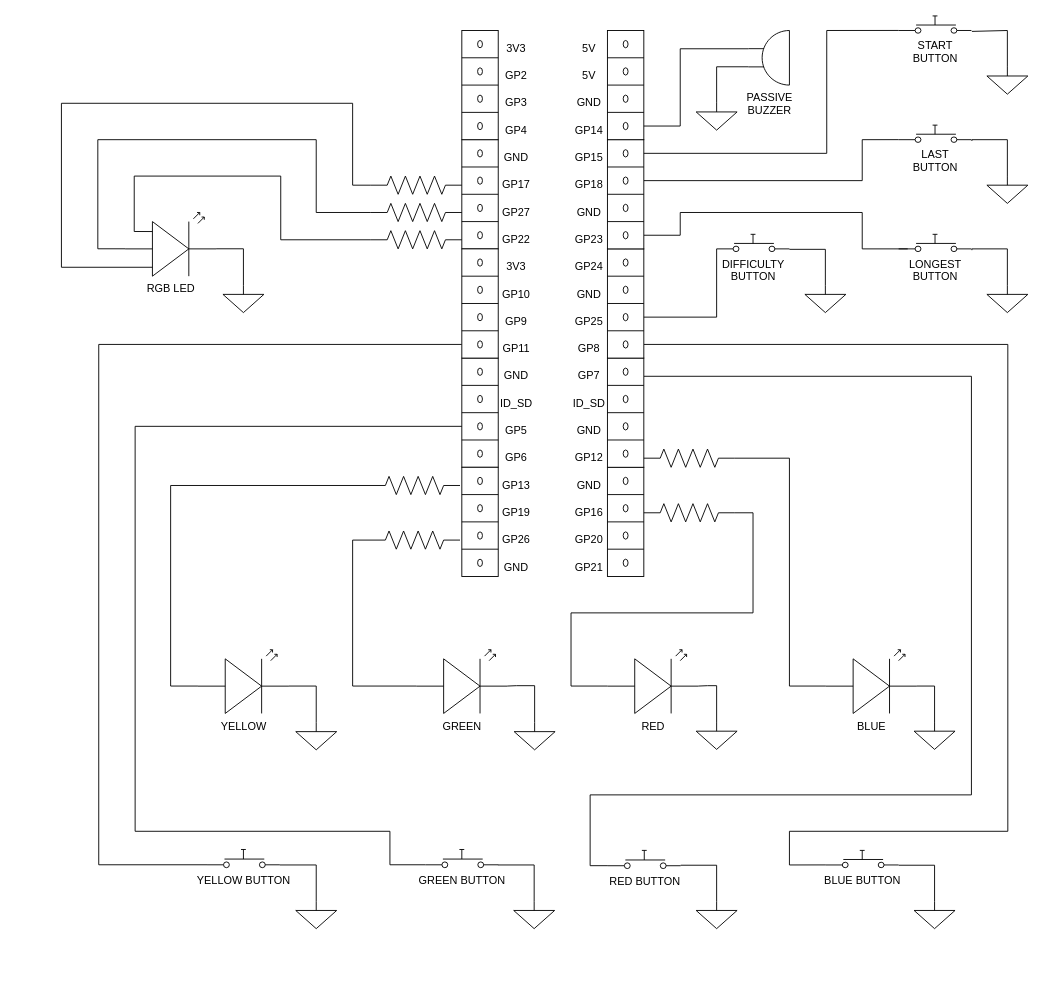
Earlier version of the draw.io diagram Simon_Wiring_Schematic.drawio (stephenspruill/Final-Project-Simon-Says). Source tidied: cells renumbered, new cells numbered last; positions are measured from the earlier drawing's top-left corner, leaving out a move shared by most shapes. Both pictures are drawn from the tidied source at 91%, with x=0, y=0 at pixel (61, 15).
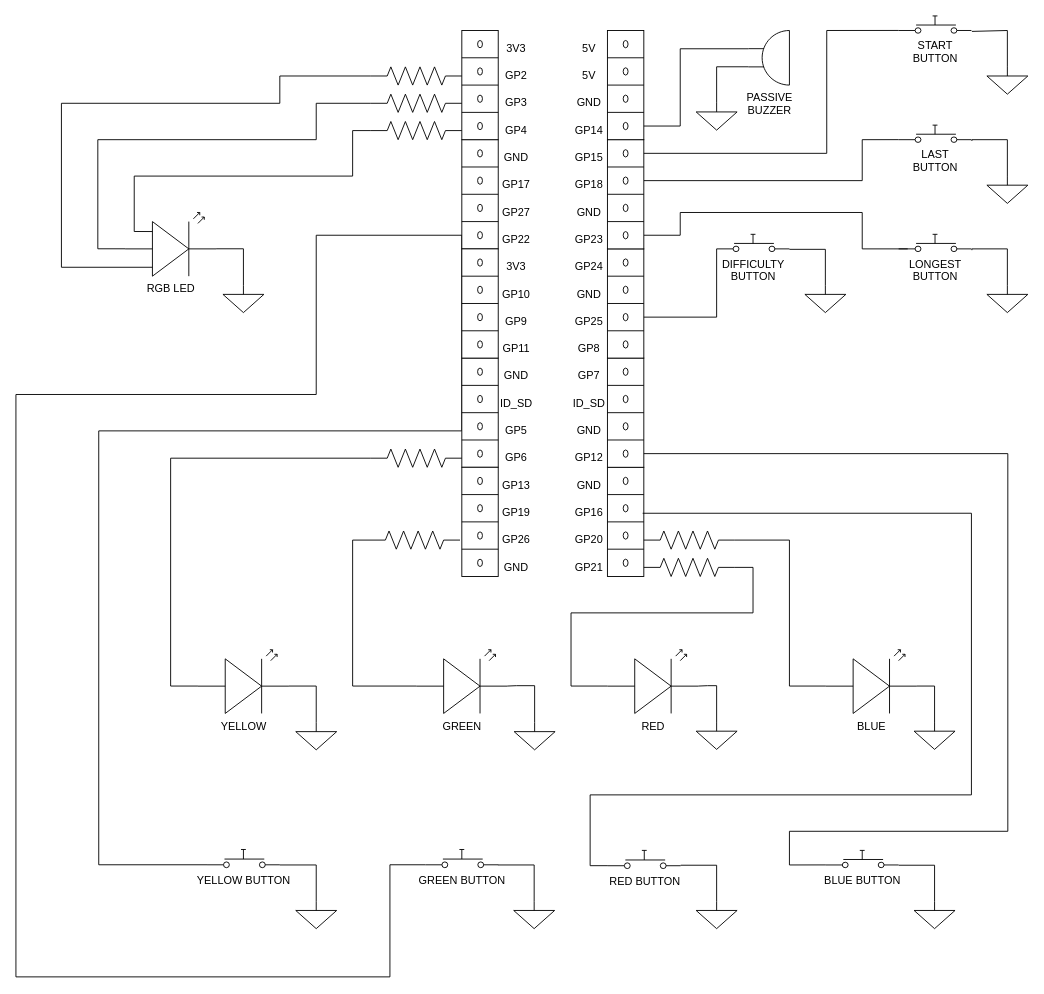
The same page after the edit.

Unchanged cells that the change refers to:
```xml
<mxCell id="2" value="YELLOW" style="verticalLabelPosition=bottom;shadow=0;dashed=0;align=center;fillColor=#ffffff;html=1;verticalAlign=top;strokeWidth=1;shape=mxgraph.electrical.opto_electronics.led_2;" parent="1" vertex="1">
  <mxGeometry x="150" y="696.5" width="100" height="70" as="geometry" />
</mxCell>
<mxCell id="4" value="RED" style="verticalLabelPosition=bottom;shadow=0;dashed=0;align=center;fillColor=#ffffff;html=1;verticalAlign=top;strokeWidth=1;shape=mxgraph.electrical.opto_electronics.led_2;" parent="1" vertex="1">
  <mxGeometry x="600" y="696.5" width="100" height="70" as="geometry" />
</mxCell>
<mxCell id="5" value="BLUE" style="verticalLabelPosition=bottom;shadow=0;dashed=0;align=center;fillColor=#ffffff;html=1;verticalAlign=top;strokeWidth=1;shape=mxgraph.electrical.opto_electronics.led_2;" parent="1" vertex="1">
  <mxGeometry x="840" y="696.5" width="100" height="70" as="geometry" />
</mxCell>
<mxCell id="7" value="YELLOW BUTTON" style="verticalLabelPosition=bottom;shadow=0;dashed=0;align=center;fillColor=#ffffff;html=1;verticalAlign=top;strokeWidth=1;shape=mxgraph.electrical.electro-mechanical.push_switch_no;perimeterSpacing=0;backgroundOutline=0;" parent="1" vertex="1">
  <mxGeometry x="160" y="916" width="80" height="20" as="geometry" />
</mxCell>
<mxCell id="8" value="RED BUTTON" style="verticalLabelPosition=bottom;shadow=0;dashed=0;align=center;fillColor=#ffffff;html=1;verticalAlign=top;strokeWidth=1;shape=mxgraph.electrical.electro-mechanical.push_switch_no;" parent="1" vertex="1">
  <mxGeometry x="600.5" y="917" width="80" height="20" as="geometry" />
</mxCell>
<mxCell id="9" value="BLUE BUTTON" style="verticalLabelPosition=bottom;shadow=0;dashed=0;align=center;fillColor=#ffffff;html=1;verticalAlign=top;strokeWidth=1;shape=mxgraph.electrical.electro-mechanical.push_switch_no;" parent="1" vertex="1">
  <mxGeometry x="840" y="917" width="80" height="19" as="geometry" />
</mxCell>
<mxCell id="10" style="verticalLabelPosition=bottom;shadow=0;dashed=0;align=center;fillColor=#ffffff;html=1;verticalAlign=top;strokeWidth=1;shape=mxgraph.electrical.miscellaneous.terminal_board;" parent="1" vertex="1">
  <mxGeometry x="440" y="376" width="40" height="120" as="geometry" />
</mxCell>
<mxCell id="11" style="verticalLabelPosition=bottom;shadow=0;dashed=0;align=center;fillColor=#ffffff;html=1;verticalAlign=top;strokeWidth=1;shape=mxgraph.electrical.miscellaneous.terminal_board;" parent="1" vertex="1">
  <mxGeometry x="600" y="496" width="40" height="120" as="geometry" />
</mxCell>
<mxCell id="13" style="verticalLabelPosition=bottom;shadow=0;dashed=0;align=center;fillColor=#ffffff;html=1;verticalAlign=top;strokeWidth=1;shape=mxgraph.electrical.miscellaneous.terminal_board;" parent="1" vertex="1">
  <mxGeometry x="600" y="376" width="40" height="120" as="geometry" />
</mxCell>
<mxCell id="15" style="verticalLabelPosition=bottom;shadow=0;dashed=0;align=center;fillColor=#ffffff;html=1;verticalAlign=top;strokeWidth=1;shape=mxgraph.electrical.miscellaneous.terminal_board;" parent="1" vertex="1">
  <mxGeometry x="440" y="136" width="40" height="120" as="geometry" />
</mxCell>
<mxCell id="17" style="verticalLabelPosition=bottom;shadow=0;dashed=0;align=center;fillColor=#ffffff;html=1;verticalAlign=top;strokeWidth=1;shape=mxgraph.electrical.miscellaneous.terminal_board;" parent="1" vertex="1">
  <mxGeometry x="600" y="256" width="40" height="120" as="geometry" />
</mxCell>
<mxCell id="22" style="verticalLabelPosition=bottom;shadow=0;dashed=0;align=center;fillColor=#ffffff;html=1;verticalAlign=top;strokeWidth=1;shape=mxgraph.electrical.miscellaneous.terminal_board;" parent="1" vertex="1">
  <mxGeometry x="440" y="256" width="40" height="120" as="geometry" />
</mxCell>
<mxCell id="82" value="GREEN BUTTON" style="verticalLabelPosition=bottom;shadow=0;dashed=0;align=center;fillColor=#ffffff;html=1;verticalAlign=top;strokeWidth=1;shape=mxgraph.electrical.electro-mechanical.push_switch_no;" parent="1" vertex="1">
  <mxGeometry x="400" y="916" width="80" height="20" as="geometry" />
</mxCell>
<mxCell id="92" value="RGB LED" style="verticalLabelPosition=bottom;shadow=0;dashed=0;align=center;fillColor=#ffffff;html=1;verticalAlign=top;strokeWidth=1;shape=mxgraph.electrical.opto_electronics.led_2;" parent="1" vertex="1">
  <mxGeometry x="70" y="216" width="100" height="70" as="geometry" />
</mxCell>
```

What changed in the source:
```diff
@@
-    <mxCell id="6" style="edgeStyle=orthogonalEdgeStyle;rounded=0;jettySize=auto;html=1;entryX=0;entryY=0.875;entryDx=0;entryDy=0;entryPerimeter=0;endArrow=none;endFill=0;exitX=0;exitY=0.84;exitDx=0;exitDy=0;exitPerimeter=0;" parent="1" edge="1" source="7" target="22">
+    <mxCell id="6" style="edgeStyle=orthogonalEdgeStyle;rounded=0;jettySize=auto;html=1;entryX=0;entryY=0.875;entryDx=0;entryDy=0;entryPerimeter=0;endArrow=none;endFill=0;exitX=0;exitY=0.84;exitDx=0;exitDy=0;exitPerimeter=0;" parent="1" edge="1" source="7" target="15">
       <mxGeometry relative="1" as="geometry">
         <Array as="points">
           <mxPoint x="41" y="933" />
-          <mxPoint x="41" y="361" />
+          <mxPoint x="41" y="456" />
+          <mxPoint x="440" y="456" />
         </Array>
       </mxGeometry>
     </mxCell>
@@
-    <mxCell id="12" style="edgeStyle=orthogonalEdgeStyle;rounded=0;jettySize=auto;html=1;entryX=0;entryY=0.84;entryDx=0;entryDy=0;entryPerimeter=0;endArrow=none;endFill=0;" parent="1" edge="1" source="13" target="8">
+    <mxCell id="12" style="edgeStyle=orthogonalEdgeStyle;rounded=0;jettySize=auto;html=1;entryX=0;entryY=0.84;entryDx=0;entryDy=0;entryPerimeter=0;endArrow=none;endFill=0;exitX=0.968;exitY=0.421;exitDx=0;exitDy=0;exitPerimeter=0;" parent="1" edge="1" source="11" target="8">
       <mxGeometry relative="1" as="geometry">
         <Array as="points">
-          <mxPoint x="1000" y="396" />
+          <mxPoint x="1000" y="547" />
           <mxPoint x="1000" y="856" />
           <mxPoint x="581" y="856" />
           <mxPoint x="581" y="934" />
         </Array>
       </mxGeometry>
     </mxCell>
@@
-    <mxCell id="16" style="edgeStyle=orthogonalEdgeStyle;rounded=0;jettySize=auto;html=1;entryX=0;entryY=0.84;entryDx=0;entryDy=0;entryPerimeter=0;endArrow=none;endFill=0;exitX=1;exitY=0.875;exitDx=0;exitDy=0;exitPerimeter=0;" parent="1" edge="1" source="17" target="9">
+    <mxCell id="16" style="edgeStyle=orthogonalEdgeStyle;rounded=0;jettySize=auto;html=1;entryX=0;entryY=0.84;entryDx=0;entryDy=0;entryPerimeter=0;endArrow=none;endFill=0;exitX=1;exitY=0.875;exitDx=0;exitDy=0;exitPerimeter=0;" parent="1" edge="1" source="13" target="9">
       <mxGeometry relative="1" as="geometry">
         <Array as="points">
-          <mxPoint x="1040" y="361" />
+          <mxPoint x="1040" y="481" />
           <mxPoint x="1040" y="896" />
           <mxPoint x="800" y="896" />
           <mxPoint x="800" y="933" />
         </Array>
       </mxGeometry>
     </mxCell>
@@
-    <mxCell id="67" style="edgeStyle=orthogonalEdgeStyle;rounded=0;jettySize=auto;html=1;entryX=0;entryY=0.57;entryDx=0;entryDy=0;entryPerimeter=0;endArrow=none;endFill=0;" parent="1" edge="1" source="68" target="2">
+    <mxCell id="67" style="edgeStyle=orthogonalEdgeStyle;rounded=0;jettySize=auto;html=1;entryX=0;entryY=0.57;entryDx=0;entryDy=0;entryPerimeter=0;endArrow=none;endFill=0;exitX=0;exitY=0.5;exitDx=0;exitDy=0;exitPerimeter=0;" parent="1" edge="1" source="68" target="2">
       <mxGeometry relative="1" as="geometry">
         <Array as="points">
-          <mxPoint x="120" y="516" />
+          <mxPoint x="120" y="486" />
           <mxPoint x="120" y="736" />
         </Array>
       </mxGeometry>
     </mxCell>
     <mxCell id="68" style="verticalLabelPosition=bottom;shadow=0;dashed=0;align=center;fillColor=#ffffff;html=1;verticalAlign=top;strokeWidth=1;shape=mxgraph.electrical.resistors.resistor_2;" parent="1" vertex="1">
-      <mxGeometry x="338" y="506" width="100" height="20" as="geometry" />
+      <mxGeometry x="340" y="476" width="100" height="20" as="geometry" />
     </mxCell>
-    <mxCell id="69" style="edgeStyle=orthogonalEdgeStyle;rounded=0;jettySize=auto;html=1;entryX=0;entryY=0.57;entryDx=0;entryDy=0;entryPerimeter=0;endArrow=none;endFill=0;" parent="1" edge="1" source="70" target="5">
+    <mxCell id="69" style="edgeStyle=orthogonalEdgeStyle;rounded=0;jettySize=auto;html=1;entryX=0;entryY=0.57;entryDx=0;entryDy=0;entryPerimeter=0;endArrow=none;endFill=0;exitX=1;exitY=0.5;exitDx=0;exitDy=0;exitPerimeter=0;" parent="1" edge="1" source="70" target="5">
       <mxGeometry relative="1" as="geometry">
         <Array as="points">
-          <mxPoint x="800" y="486" />
+          <mxPoint x="800" y="576" />
           <mxPoint x="800" y="736" />
         </Array>
       </mxGeometry>
     </mxCell>
     <mxCell id="70" style="verticalLabelPosition=bottom;shadow=0;dashed=0;align=center;fillColor=#ffffff;html=1;verticalAlign=top;strokeWidth=1;shape=mxgraph.electrical.resistors.resistor_2;" parent="1" vertex="1">
-      <mxGeometry x="640" y="476" width="100" height="20" as="geometry" />
+      <mxGeometry x="640" y="566" width="100" height="20" as="geometry" />
     </mxCell>
     <mxCell id="71" style="edgeStyle=orthogonalEdgeStyle;rounded=0;jettySize=auto;html=1;entryX=0;entryY=0.57;entryDx=0;entryDy=0;entryPerimeter=0;endArrow=none;endFill=0;exitX=1;exitY=0.5;exitDx=0;exitDy=0;exitPerimeter=0;" parent="1" edge="1" source="72" target="4">
       <mxGeometry relative="1" as="geometry">
         <Array as="points">
-          <mxPoint x="760" y="546" />
+          <mxPoint x="760" y="606" />
           <mxPoint x="760" y="656" />
           <mxPoint x="560" y="656" />
           <mxPoint x="560" y="736" />
         </Array>
       </mxGeometry>
     </mxCell>
     <mxCell id="72" style="verticalLabelPosition=bottom;shadow=0;dashed=0;align=center;fillColor=#ffffff;html=1;verticalAlign=top;strokeWidth=1;shape=mxgraph.electrical.resistors.resistor_2;" parent="1" vertex="1">
-      <mxGeometry x="640" y="536" width="100" height="20" as="geometry" />
+      <mxGeometry x="640" y="596" width="100" height="20" as="geometry" />
     </mxCell>
@@
-    <mxCell id="81" style="edgeStyle=orthogonalEdgeStyle;rounded=0;jettySize=auto;html=1;exitX=0;exitY=0.84;exitDx=0;exitDy=0;exitPerimeter=0;entryX=0;entryY=0.625;entryDx=0;entryDy=0;entryPerimeter=0;endArrow=none;endFill=0;" parent="1" edge="1" source="82" target="10">
+    <mxCell id="81" style="edgeStyle=orthogonalEdgeStyle;rounded=0;jettySize=auto;html=1;exitX=0;exitY=0.84;exitDx=0;exitDy=0;exitPerimeter=0;entryX=0;entryY=0.875;entryDx=0;entryDy=0;entryPerimeter=0;endArrow=none;endFill=0;" parent="1" edge="1" source="82" target="15">
       <mxGeometry relative="1" as="geometry">
         <Array as="points">
           <mxPoint x="361" y="933" />
-          <mxPoint x="361" y="896" />
-          <mxPoint x="81" y="896" />
-          <mxPoint x="81" y="451" />
+          <mxPoint x="361" y="1056" />
+          <mxPoint x="-50" y="1056" />
+          <mxPoint x="-50" y="416" />
+          <mxPoint x="280" y="416" />
+          <mxPoint x="280" y="241" />
         </Array>
       </mxGeometry>
     </mxCell>
@@
     <mxCell id="91" style="edgeStyle=orthogonalEdgeStyle;rounded=0;jettySize=auto;html=1;endArrow=none;endFill=0;entryX=0;entryY=0.5;entryDx=0;entryDy=0;entryPerimeter=0;exitX=0.305;exitY=0.299;exitDx=0;exitDy=0;exitPerimeter=0;" parent="1" edge="1" source="92" target="95">
       <mxGeometry relative="1" as="geometry">
         <Array as="points">
           <mxPoint x="80" y="237" />
           <mxPoint x="80" y="176" />
-          <mxPoint x="241" y="176" />
-          <mxPoint x="241" y="246" />
+          <mxPoint x="320" y="176" />
+          <mxPoint x="320" y="126" />
         </Array>
       </mxGeometry>
     </mxCell>
@@
     <mxCell id="95" style="verticalLabelPosition=bottom;shadow=0;dashed=0;align=center;fillColor=#ffffff;html=1;verticalAlign=top;strokeWidth=1;shape=mxgraph.electrical.resistors.resistor_2;" parent="1" vertex="1">
-      <mxGeometry x="340" y="236" width="100" height="20" as="geometry" />
+      <mxGeometry x="340" y="116" width="100" height="20" as="geometry" />
     </mxCell>
     <mxCell id="96" style="edgeStyle=orthogonalEdgeStyle;rounded=0;jettySize=auto;html=1;endArrow=none;endFill=0;exitX=0;exitY=0.5;exitDx=0;exitDy=0;exitPerimeter=0;entryX=0.3;entryY=0.86;entryDx=0;entryDy=0;entryPerimeter=0;" parent="1" edge="1" source="97" target="92">
       <mxGeometry relative="1" as="geometry">
         <Array as="points">
-          <mxPoint x="320" y="186" />
-          <mxPoint x="320" y="96" />
+          <mxPoint x="240" y="66" />
+          <mxPoint x="240" y="96" />
           <mxPoint y="96" />
           <mxPoint y="276" />
         </Array>
       </mxGeometry>
     </mxCell>
     <mxCell id="97" style="verticalLabelPosition=bottom;shadow=0;dashed=0;align=center;fillColor=#ffffff;html=1;verticalAlign=top;strokeWidth=1;shape=mxgraph.electrical.resistors.resistor_2;" parent="1" vertex="1">
-      <mxGeometry x="340" y="176" width="100" height="20" as="geometry" />
+      <mxGeometry x="340" y="56" width="100" height="20" as="geometry" />
     </mxCell>
     <mxCell id="98" style="edgeStyle=orthogonalEdgeStyle;rounded=0;jettySize=auto;html=1;endArrow=none;endFill=0;exitX=0;exitY=0.5;exitDx=0;exitDy=0;exitPerimeter=0;entryX=0;entryY=0.57;entryDx=0;entryDy=0;entryPerimeter=0;" parent="1" edge="1" source="99" target="92">
       <mxGeometry relative="1" as="geometry">
         <Array as="points">
-          <mxPoint x="280" y="216" />
+          <mxPoint x="280" y="96" />
           <mxPoint x="280" y="136" />
           <mxPoint x="40" y="136" />
           <mxPoint x="40" y="256" />
         </Array>
       </mxGeometry>
     </mxCell>
     <mxCell id="99" style="verticalLabelPosition=bottom;shadow=0;dashed=0;align=center;fillColor=#ffffff;html=1;verticalAlign=top;strokeWidth=1;shape=mxgraph.electrical.resistors.resistor_2;" parent="1" vertex="1">
-      <mxGeometry x="340" y="206" width="100" height="20" as="geometry" />
+      <mxGeometry x="340" y="86" width="100" height="20" as="geometry" />
     </mxCell>
```
